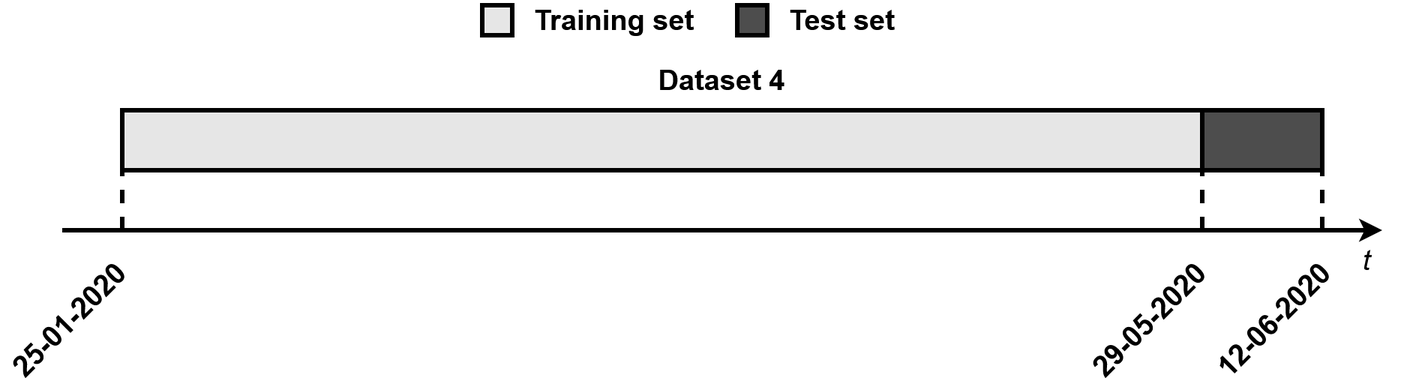
Earlier version of the draw.io export Images/Test.png (tomasbogalho/Tom-s-Bogalho-MSc-Thesis-New). Source tidied: cells renumbered, new cells last; positions are measured from the earlier drawing's top-left corner, leaving out a move shared by most shapes. The source it was exported from:
```xml
<mxGraphModel>
  <root>
    <mxCell id="0" />
    <mxCell id="1" parent="0" />
    <mxCell id="2" style="endArrow=classic;html=1;strokeWidth=3;" parent="1" edge="1">
      <mxGeometry relative="1" as="geometry">
        <mxPoint x="50" y="150" as="sourcePoint" />
        <mxPoint x="930" y="150" as="targetPoint" />
      </mxGeometry>
    </mxCell>
    <mxCell id="3" value="&lt;font style=&quot;font-size: 19px&quot;&gt;&lt;i&gt;t&lt;/i&gt;&lt;/font&gt;" style="text;html=1;strokeColor=none;fillColor=none;align=center;verticalAlign=middle;whiteSpace=wrap;rounded=0;strokeWidth=3;" parent="1" vertex="1">
      <mxGeometry x="900" y="160" width="40" height="20" as="geometry" />
    </mxCell>
    <mxCell id="4" value="&lt;font style=&quot;font-size: 19px&quot;&gt;25-01-2020&lt;/font&gt;" style="text;html=1;strokeColor=none;fillColor=none;align=center;verticalAlign=middle;whiteSpace=wrap;rounded=0;rotation=-45;fontStyle=1;" parent="1" vertex="1">
      <mxGeometry y="200" width="110" height="20" as="geometry" />
    </mxCell>
    <mxCell id="5" value="&lt;div&gt;&lt;font style=&quot;font-size: 19px&quot;&gt;29-05-2020&lt;/font&gt;&lt;/div&gt;" style="text;html=1;strokeColor=none;fillColor=none;align=center;verticalAlign=middle;whiteSpace=wrap;rounded=0;rotation=-45;fontStyle=1;" parent="1" vertex="1">
      <mxGeometry x="720" y="200" width="110" height="20" as="geometry" />
    </mxCell>
    <mxCell id="6" value="&lt;font style=&quot;font-size: 19px&quot;&gt;Dataset 4 &lt;/font&gt;" style="text;html=1;strokeColor=none;fillColor=none;align=center;verticalAlign=middle;whiteSpace=wrap;rounded=0;fontStyle=1;" parent="1" vertex="1">
      <mxGeometry x="445" y="40" width="90" height="20" as="geometry" />
    </mxCell>
    <mxCell id="7" style="endArrow=none;dashed=1;html=1;strokeWidth=3;entryX=0;entryY=1;entryDx=0;entryDy=0;" parent="1" edge="1" target="11">
      <mxGeometry relative="1" as="geometry">
        <mxPoint x="810" y="150" as="sourcePoint" />
      </mxGeometry>
    </mxCell>
    <mxCell id="8" style="group;" parent="1" vertex="1">
      <mxGeometry x="90" y="70" width="800" height="40" as="geometry" />
    </mxCell>
    <mxCell id="9" style="group;" parent="8" vertex="1">
      <mxGeometry width="720" height="40" as="geometry" />
    </mxCell>
    <mxCell id="10" style="rounded=0;whiteSpace=wrap;html=1;strokeWidth=3;fillColor=#E6E6E6;" parent="9" vertex="1">
      <mxGeometry width="720" height="40" as="geometry" />
    </mxCell>
    <mxCell id="11" style="rounded=0;whiteSpace=wrap;html=1;strokeWidth=3;glass=0;fillColor=#4D4D4D;" parent="8" vertex="1">
      <mxGeometry x="720" width="80" height="40" as="geometry" />
    </mxCell>
    <mxCell id="12" value="&lt;div&gt;&lt;font style=&quot;font-size: 19px&quot;&gt;12-06-2020&lt;/font&gt;&lt;/div&gt;" style="text;html=1;strokeColor=none;fillColor=none;align=center;verticalAlign=middle;whiteSpace=wrap;rounded=0;rotation=-45;fontStyle=1;" parent="1" vertex="1">
      <mxGeometry x="803" y="200" width="110" height="20" as="geometry" />
    </mxCell>
    <mxCell id="13" style="endArrow=none;dashed=1;html=1;strokeWidth=3;entryX=1;entryY=1;entryDx=0;entryDy=0;" parent="1" edge="1" target="11">
      <mxGeometry relative="1" as="geometry">
        <mxPoint x="890" y="150" as="sourcePoint" />
      </mxGeometry>
    </mxCell>
    <mxCell id="14" style="endArrow=none;dashed=1;html=1;strokeWidth=3;entryX=0;entryY=1;entryDx=0;entryDy=0;" parent="1" edge="1">
      <mxGeometry relative="1" as="geometry">
        <mxPoint x="90" y="150" as="sourcePoint" />
        <mxPoint x="90" y="110" as="targetPoint" />
      </mxGeometry>
    </mxCell>
    <mxCell id="15" style="group;" parent="1" vertex="1">
      <mxGeometry x="330" width="340" height="20" as="geometry" />
    </mxCell>
    <mxCell id="16" style="group;" parent="15" vertex="1">
      <mxGeometry width="153" height="20" as="geometry" />
    </mxCell>
    <mxCell id="17" style="rounded=0;whiteSpace=wrap;html=1;strokeWidth=3;fillColor=#E6E6E6;" parent="16" vertex="1">
      <mxGeometry width="20" height="20" as="geometry" />
    </mxCell>
    <mxCell id="18" value="&lt;font style=&quot;font-size: 19px&quot;&gt;Training set&lt;/font&gt;" style="text;html=1;strokeColor=none;fillColor=none;align=left;verticalAlign=middle;whiteSpace=wrap;rounded=0;strokeWidth=6;fontStyle=1;" parent="16" vertex="1">
      <mxGeometry x="33" width="120" height="20" as="geometry" />
    </mxCell>
    <mxCell id="19" style="group;" parent="15" vertex="1">
      <mxGeometry x="170" width="170" height="20" as="geometry" />
    </mxCell>
    <mxCell id="20" style="rounded=0;whiteSpace=wrap;html=1;strokeWidth=3;fillColor=#4D4D4D;" parent="19" vertex="1">
      <mxGeometry width="20" height="20" as="geometry" />
    </mxCell>
    <mxCell id="21" value="&lt;font style=&quot;font-size: 19px&quot;&gt;Test set&lt;/font&gt;" style="text;html=1;strokeColor=none;fillColor=none;align=left;verticalAlign=middle;whiteSpace=wrap;rounded=0;strokeWidth=6;fontStyle=1;" parent="19" vertex="1">
      <mxGeometry x="33" width="137" height="20" as="geometry" />
    </mxCell>
  </root>
</mxGraphModel>
```
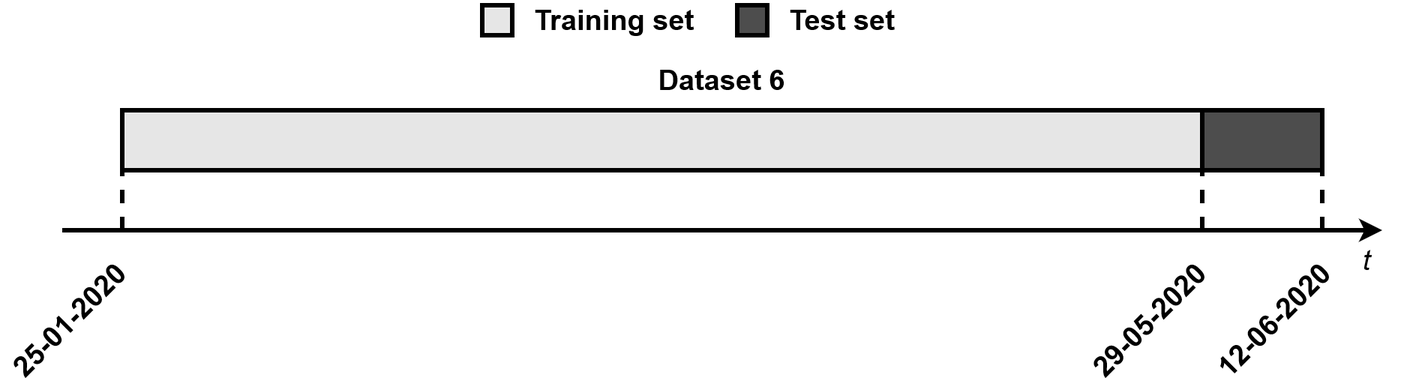
The same file after the commit.

Diff of the diagram source:
```diff
@@ -2,12 +2,12 @@
   <root>
     <mxCell id="0" />
     <mxCell id="1" parent="0" />
-    <mxCell id="2" style="endArrow=classic;html=1;strokeWidth=3;" parent="1" edge="1">
-      <mxGeometry relative="1" as="geometry">
-        <mxPoint x="50" y="150" as="sourcePoint" />
-        <mxPoint x="930" y="150" as="targetPoint" />
-      </mxGeometry>
-    </mxCell>
+    <mxCell id="22" style="endArrow=classic;html=1;strokeWidth=3;" parent="1" edge="1">
+      <mxGeometry relative="1" as="geometry">
+        <mxPoint x="50" y="150" as="sourcePoint" />
+        <mxPoint x="930" y="150" as="targetPoint" />
+      </mxGeometry>
+    </mxCell>
     <mxCell id="3" value="&lt;font style=&quot;font-size: 19px&quot;&gt;&lt;i&gt;t&lt;/i&gt;&lt;/font&gt;" style="text;html=1;strokeColor=none;fillColor=none;align=center;verticalAlign=middle;whiteSpace=wrap;rounded=0;strokeWidth=3;" parent="1" vertex="1">
       <mxGeometry x="900" y="160" width="40" height="20" as="geometry" />
     </mxCell>
@@ -17,14 +17,14 @@
     <mxCell id="5" value="&lt;div&gt;&lt;font style=&quot;font-size: 19px&quot;&gt;29-05-2020&lt;/font&gt;&lt;/div&gt;" style="text;html=1;strokeColor=none;fillColor=none;align=center;verticalAlign=middle;whiteSpace=wrap;rounded=0;rotation=-45;fontStyle=1;" parent="1" vertex="1">
       <mxGeometry x="720" y="200" width="110" height="20" as="geometry" />
     </mxCell>
-    <mxCell id="6" value="&lt;font style=&quot;font-size: 19px&quot;&gt;Dataset 4 &lt;/font&gt;" style="text;html=1;strokeColor=none;fillColor=none;align=center;verticalAlign=middle;whiteSpace=wrap;rounded=0;fontStyle=1;" parent="1" vertex="1">
-      <mxGeometry x="445" y="40" width="90" height="20" as="geometry" />
-    </mxCell>
-    <mxCell id="7" style="endArrow=none;dashed=1;html=1;strokeWidth=3;entryX=0;entryY=1;entryDx=0;entryDy=0;" parent="1" edge="1" target="11">
-      <mxGeometry relative="1" as="geometry">
-        <mxPoint x="810" y="150" as="sourcePoint" />
-      </mxGeometry>
-    </mxCell>
+    <mxCell id="23" value="&lt;font style=&quot;font-size: 19px&quot;&gt;Dataset 6 &lt;/font&gt;" style="text;html=1;strokeColor=none;fillColor=none;align=center;verticalAlign=middle;whiteSpace=wrap;rounded=0;fontStyle=1;" parent="1" vertex="1">
+      <mxGeometry x="445" y="40" width="90" height="20" as="geometry" />
+    </mxCell>
+    <mxCell id="24" style="endArrow=none;dashed=1;html=1;strokeWidth=3;entryX=0;entryY=1;entryDx=0;entryDy=0;" parent="1" edge="1" target="11">
+      <mxGeometry relative="1" as="geometry">
+        <mxPoint x="810" y="150" as="sourcePoint" />
+      </mxGeometry>
+    </mxCell>
     <mxCell id="8" style="group;" parent="1" vertex="1">
       <mxGeometry x="90" y="70" width="800" height="40" as="geometry" />
     </mxCell>
@@ -40,17 +40,17 @@
     <mxCell id="12" value="&lt;div&gt;&lt;font style=&quot;font-size: 19px&quot;&gt;12-06-2020&lt;/font&gt;&lt;/div&gt;" style="text;html=1;strokeColor=none;fillColor=none;align=center;verticalAlign=middle;whiteSpace=wrap;rounded=0;rotation=-45;fontStyle=1;" parent="1" vertex="1">
       <mxGeometry x="803" y="200" width="110" height="20" as="geometry" />
     </mxCell>
-    <mxCell id="13" style="endArrow=none;dashed=1;html=1;strokeWidth=3;entryX=1;entryY=1;entryDx=0;entryDy=0;" parent="1" edge="1" target="11">
-      <mxGeometry relative="1" as="geometry">
-        <mxPoint x="890" y="150" as="sourcePoint" />
-      </mxGeometry>
-    </mxCell>
-    <mxCell id="14" style="endArrow=none;dashed=1;html=1;strokeWidth=3;entryX=0;entryY=1;entryDx=0;entryDy=0;" parent="1" edge="1">
-      <mxGeometry relative="1" as="geometry">
-        <mxPoint x="90" y="150" as="sourcePoint" />
-        <mxPoint x="90" y="110" as="targetPoint" />
-      </mxGeometry>
-    </mxCell>
+    <mxCell id="25" style="endArrow=none;dashed=1;html=1;strokeWidth=3;entryX=1;entryY=1;entryDx=0;entryDy=0;" parent="1" edge="1" target="11">
+      <mxGeometry relative="1" as="geometry">
+        <mxPoint x="890" y="150" as="sourcePoint" />
+      </mxGeometry>
+    </mxCell>
+    <mxCell id="26" style="endArrow=none;dashed=1;html=1;strokeWidth=3;entryX=0;entryY=1;entryDx=0;entryDy=0;" parent="1" edge="1">
+      <mxGeometry relative="1" as="geometry">
+        <mxPoint x="90" y="150" as="sourcePoint" />
+        <mxPoint x="90" y="110" as="targetPoint" />
+      </mxGeometry>
+    </mxCell>
     <mxCell id="15" style="group;" parent="1" vertex="1">
       <mxGeometry x="330" width="340" height="20" as="geometry" />
     </mxCell>
```
